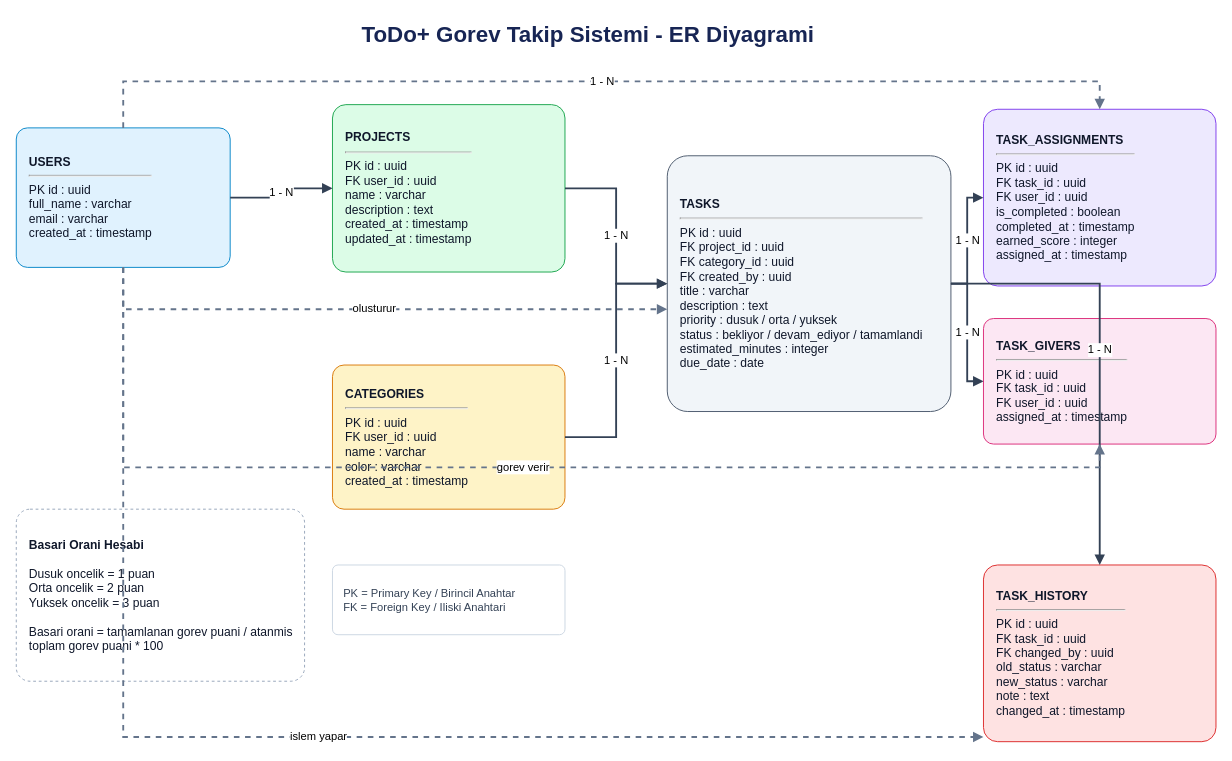
This is todo-plus/todo-plus-er-diyagram.drawio from omerrkayaa/todo-plus, a draw.io file, before an edit. Source tidied: cells renumbered, new cells numbered last; positions are measured from the earlier drawing's top-left corner, leaving out a move shared by most shapes. Both pictures are drawn from the tidied source at 93%, with x=0, y=0 at pixel (16, 16).
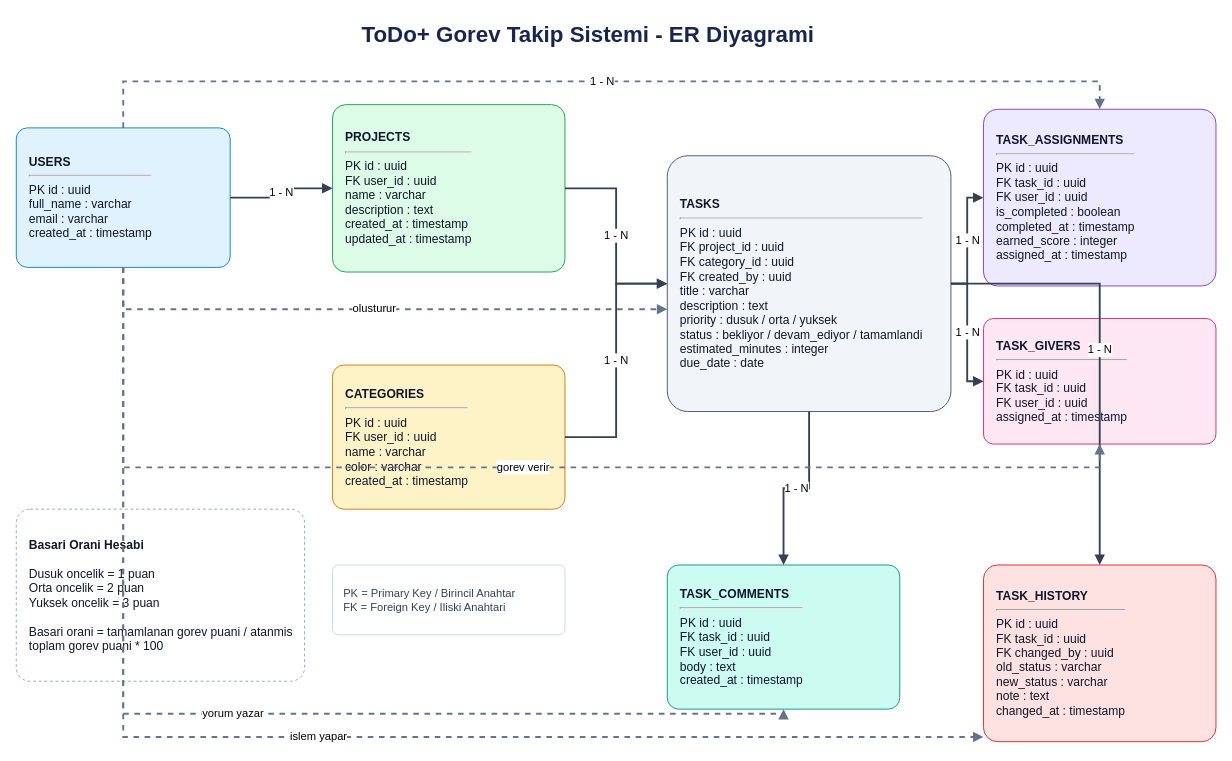
The same diagram, later.

The change refers to these unchanged cells:
```xml
<mxCell id="3" value="&lt;b&gt;USERS&lt;/b&gt;&lt;hr&gt;PK id : uuid&lt;br&gt;full_name : varchar&lt;br&gt;email : varchar&lt;br&gt;created_at : timestamp" style="rounded=1;whiteSpace=wrap;html=1;fillColor=#e0f2fe;strokeColor=#0284c7;fontColor=#0f172a;align=left;spacingLeft=12;arcSize=8;fontSize=13;" parent="1" vertex="1">
  <mxGeometry y="120" width="230" height="150" as="geometry" />
</mxCell>
<mxCell id="6" value="&lt;b&gt;TASKS&lt;/b&gt;&lt;hr&gt;PK id : uuid&lt;br&gt;FK project_id : uuid&lt;br&gt;FK category_id : uuid&lt;br&gt;FK created_by : uuid&lt;br&gt;title : varchar&lt;br&gt;description : text&lt;br&gt;priority : dusuk / orta / yuksek&lt;br&gt;status : bekliyor / devam_ediyor / tamamlandi&lt;br&gt;estimated_minutes : integer&lt;br&gt;due_date : date" style="rounded=1;whiteSpace=wrap;html=1;fillColor=#f1f5f9;strokeColor=#475569;fontColor=#0f172a;align=left;spacingLeft=12;arcSize=8;fontSize=13;" parent="1" vertex="1">
  <mxGeometry x="700" y="150" width="305" height="275" as="geometry" />
</mxCell>
```

What changed in the source:
```diff
@@
+    <mxCell id="22" value="&lt;b&gt;TASK_COMMENTS&lt;/b&gt;&lt;hr&gt;PK id : uuid&lt;br&gt;FK task_id : uuid&lt;br&gt;FK user_id : uuid&lt;br&gt;body : text&lt;br&gt;created_at : timestamp" style="rounded=1;whiteSpace=wrap;html=1;fillColor=#ccfbf1;strokeColor=#0d9488;fontColor=#0f172a;align=left;spacingLeft=12;arcSize=8;fontSize=13;" parent="1" vertex="1">
+      <mxGeometry x="700" y="590" width="250" height="155" as="geometry" />
+    </mxCell>
@@
+    <mxCell id="23" value="1 - N" style="endArrow=block;html=1;rounded=0;strokeWidth=2;strokeColor=#334155;fontSize=12;edgeStyle=orthogonalEdgeStyle;" parent="1" edge="1" source="6" target="22">
+      <mxGeometry relative="1" as="geometry" />
+    </mxCell>
@@
+    <mxCell id="24" value="yorum yazar" style="endArrow=block;html=1;rounded=0;strokeWidth=2;strokeColor=#64748b;fontSize=12;edgeStyle=orthogonalEdgeStyle;dashed=1;" parent="1" edge="1" source="3" target="22">
+      <mxGeometry relative="1" as="geometry">
+        <Array as="points">
+          <mxPoint x="115" y="750" />
+          <mxPoint x="825" y="750" />
+        </Array>
+      </mxGeometry>
+    </mxCell>
```
